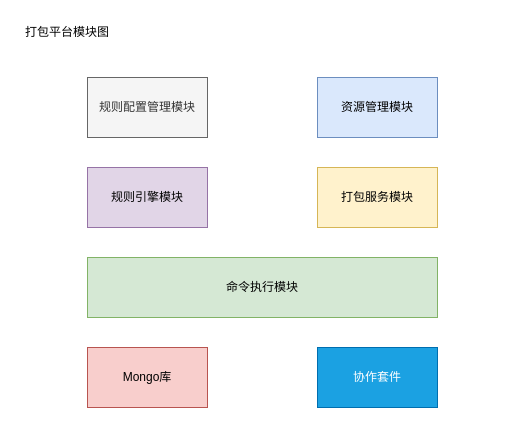
Before: page "Page-2" (2 of 3) of images/打包平台流程图.drawio in yoyocheknow/blogs, a draw.io diagram. Source tidied: cells renumbered, new cells numbered last; positions are measured from the earlier drawing's top-left corner, leaving out a move shared by most shapes. Both pictures are drawn from the tidied source at 100%, with x=0, y=0 at pixel (17, 17).
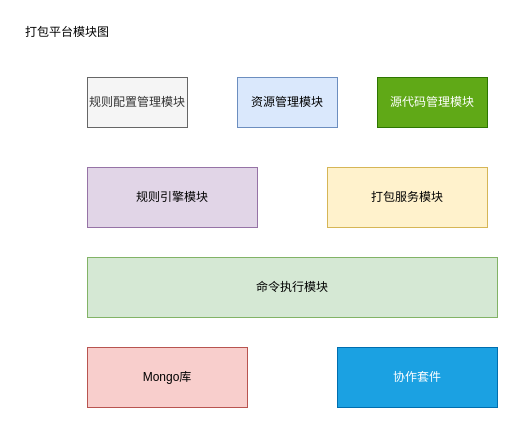
The same diagram, later.

Commit message:
Update 打包平台流程图.drawio

Diff of the diagram source:
```diff
@@
 <mxGraphModel>
   <root>
     <mxCell id="0" />
     <mxCell id="1" parent="0" />
     <mxCell id="2" value="规则配置管理模块" style="rounded=0;whiteSpace=wrap;html=1;fillColor=#f5f5f5;strokeColor=#666666;fontColor=#333333;" parent="1" vertex="1">
-      <mxGeometry x="70" y="60" width="120" height="60" as="geometry" />
+      <mxGeometry x="70" y="60" width="100" height="50" as="geometry" />
     </mxCell>
     <mxCell id="3" value="资源管理模块" style="rounded=0;whiteSpace=wrap;html=1;fillColor=#dae8fc;strokeColor=#6c8ebf;" parent="1" vertex="1">
-      <mxGeometry x="300" y="60" width="120" height="60" as="geometry" />
+      <mxGeometry x="220" y="60" width="100" height="50" as="geometry" />
     </mxCell>
     <mxCell id="4" value="规则引擎模块" style="rounded=0;whiteSpace=wrap;html=1;fillColor=#e1d5e7;strokeColor=#9673a6;" parent="1" vertex="1">
-      <mxGeometry x="70" y="150" width="120" height="60" as="geometry" />
+      <mxGeometry x="70" y="150" width="170" height="60" as="geometry" />
     </mxCell>
     <mxCell id="5" value="打包服务模块" style="rounded=0;whiteSpace=wrap;html=1;fillColor=#fff2cc;strokeColor=#d6b656;" parent="1" vertex="1">
-      <mxGeometry x="300" y="150" width="120" height="60" as="geometry" />
+      <mxGeometry x="310" y="150" width="160" height="60" as="geometry" />
     </mxCell>
     <mxCell id="6" value="命令执行模块" style="rounded=0;whiteSpace=wrap;html=1;fillColor=#d5e8d4;strokeColor=#82b366;" parent="1" vertex="1">
-      <mxGeometry x="70" y="240" width="350" height="60" as="geometry" />
+      <mxGeometry x="70" y="240" width="410" height="60" as="geometry" />
     </mxCell>
     <mxCell id="7" value="打包平台模块图" style="text;html=1;strokeColor=none;fillColor=none;align=center;verticalAlign=middle;whiteSpace=wrap;rounded=0;" parent="1" vertex="1">
       <mxGeometry width="100" height="30" as="geometry" />
     </mxCell>
     <mxCell id="8" value="Mongo库" style="rounded=0;whiteSpace=wrap;html=1;fillColor=#f8cecc;strokeColor=#b85450;" parent="1" vertex="1">
-      <mxGeometry x="70" y="330" width="120" height="60" as="geometry" />
+      <mxGeometry x="70" y="330" width="160" height="60" as="geometry" />
     </mxCell>
     <mxCell id="9" value="协作套件" style="rounded=0;whiteSpace=wrap;html=1;fillColor=#1ba1e2;strokeColor=#006EAF;fontColor=#ffffff;" parent="1" vertex="1">
-      <mxGeometry x="300" y="330" width="120" height="60" as="geometry" />
+      <mxGeometry x="320" y="330" width="160" height="60" as="geometry" />
     </mxCell>
+    <mxCell id="10" value="源代码管理模块" style="rounded=0;whiteSpace=wrap;html=1;fillColor=#60a917;strokeColor=#2D7600;fontColor=#ffffff;" parent="1" vertex="1">
+      <mxGeometry x="360" y="60" width="110" height="50" as="geometry" />
+    </mxCell>
   </root>
 </mxGraphModel>
```
